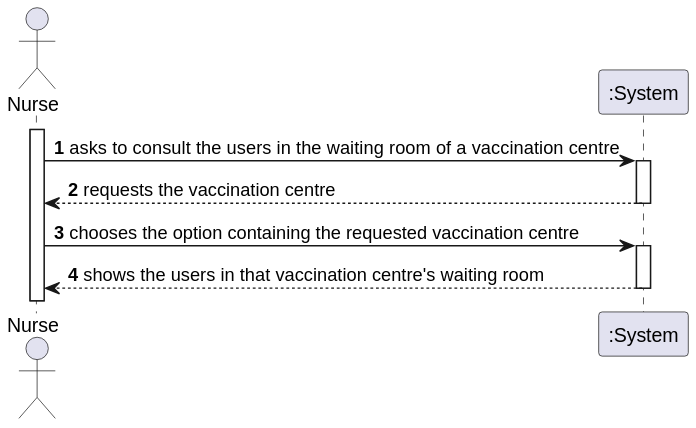
Above: docs/SprintC/US005/US005_SSD.svg in Pirussa/lei-22-s2-1da-g02 (PlantUML), before the change. Its diagram source:
```plantuml
@startuml
autonumber
actor "Nurse" as N

activate N
N -> ":System" : asks to consult the users in the waiting room of a vaccination centre
activate ":System"
":System" --> N : requests the vaccination centre
deactivate ":System"

N -> ":System" : chooses the option containing the requested vaccination centre
activate ":System"
":System" --> N : shows the users in that vaccination centre's waiting room
deactivate ":System"

@enduml
```
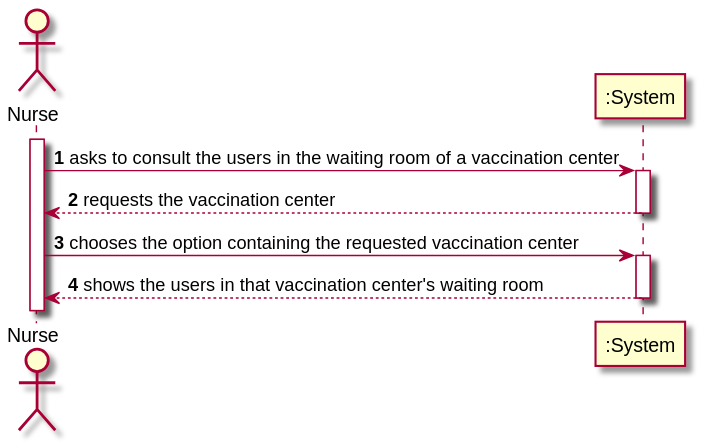
Later version of the same file.

What changed in the source:
```diff
@@ -3,14 +3,14 @@
 actor "Nurse" as N
 
 activate N
-N -> ":System" : asks to consult the users in the waiting room of a vaccination centre
+N -> ":System" : asks to consult the users in the waiting room of a vaccination center
 activate ":System"
-":System" --> N : requests the vaccination centre
+":System" --> N : requests the vaccination center
 deactivate ":System"
 
-N -> ":System" : chooses the option containing the requested vaccination centre
+N -> ":System" : chooses the option containing the requested vaccination center
 activate ":System"
-":System" --> N : shows the users in that vaccination centre's waiting room
+":System" --> N : shows the users in that vaccination center's waiting room
 deactivate ":System"
 
 @enduml
```
